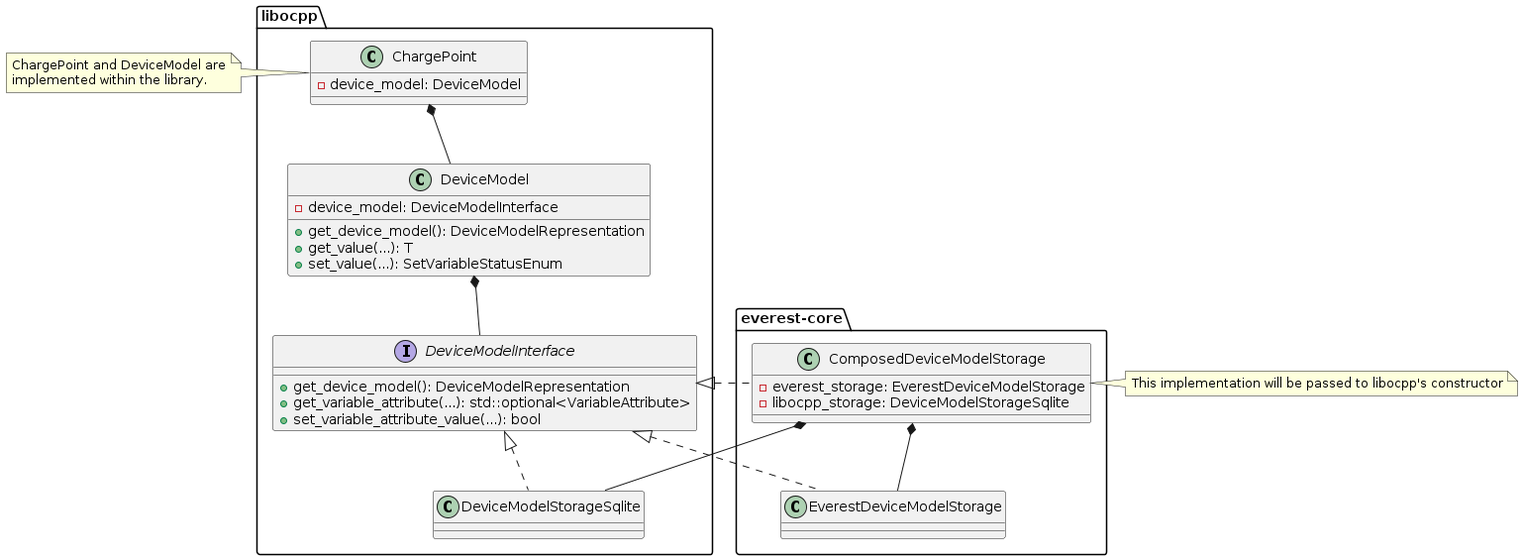
This is modules/OCPP201/doc/device_model_class_diagram.png from EVerest/everest-core, a PlantUML export, as it was before one commit.
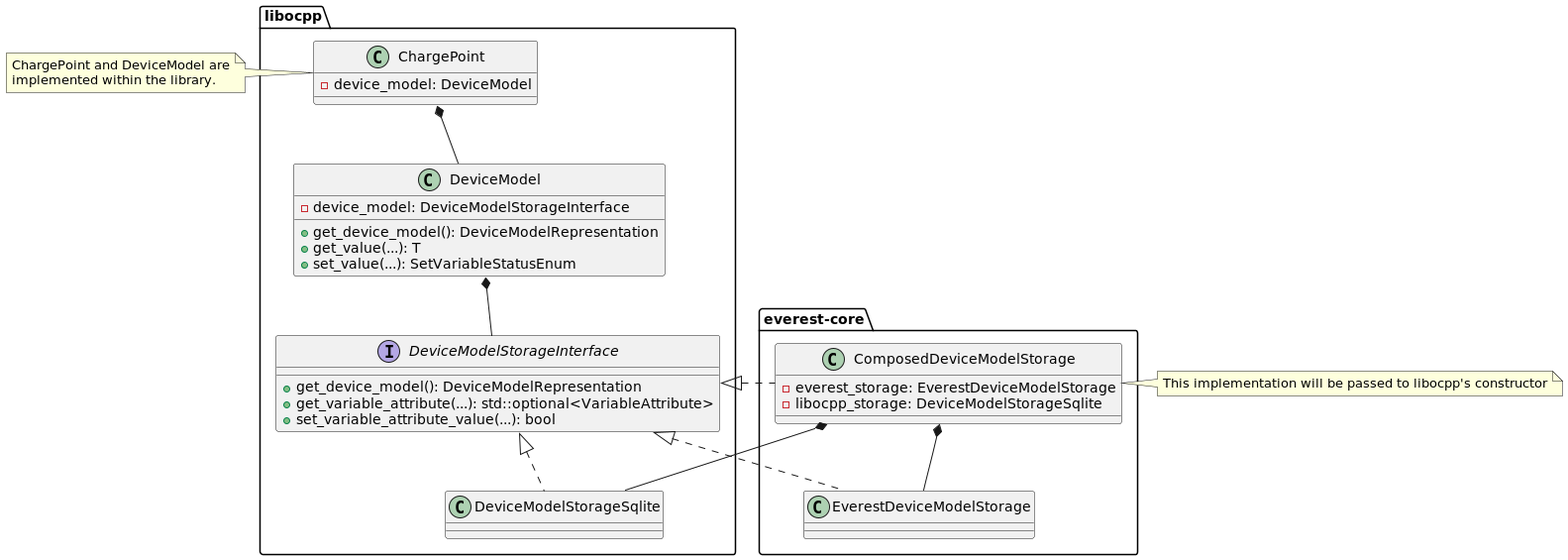
The same file after the commit.

Diff of the diagram source:
```diff
@@ -7,26 +7,26 @@
 }
 
 class DeviceModel {
-  - device_model: DeviceModelInterface
+  - device_model: DeviceModelStorageInterface
   + get_device_model(): DeviceModelRepresentation
   + get_value(...): T
   + set_value(...): SetVariableStatusEnum
 }
 
-interface DeviceModelInterface {
+interface DeviceModelStorageInterface {
   + get_device_model(): DeviceModelRepresentation
   + get_variable_attribute(...): std::optional<VariableAttribute>
   + set_variable_attribute_value(...): bool
 }
 
-class DeviceModelStorageSqlite implements DeviceModelInterface
+class DeviceModelStorageSqlite implements DeviceModelStorageInterface
 
 }
 
 package everest-core {
 
-class EverestDeviceModelStorage implements libocpp.DeviceModelInterface
-class ComposedDeviceModelStorage implements libocpp.DeviceModelInterface {
+class EverestDeviceModelStorage implements libocpp.DeviceModelStorageInterface
+class ComposedDeviceModelStorage implements libocpp.DeviceModelStorageInterface {
     - everest_storage: EverestDeviceModelStorage
     - libocpp_storage: DeviceModelStorageSqlite
 }
@@ -42,7 +42,7 @@
 end note
 
 ChargePoint *-- DeviceModel
-DeviceModel *-- DeviceModelInterface
+DeviceModel *-- DeviceModelStorageInterface
 ComposedDeviceModelStorage *-- EverestDeviceModelStorage
 ComposedDeviceModelStorage *-- DeviceModelStorageSqlite
 
```
